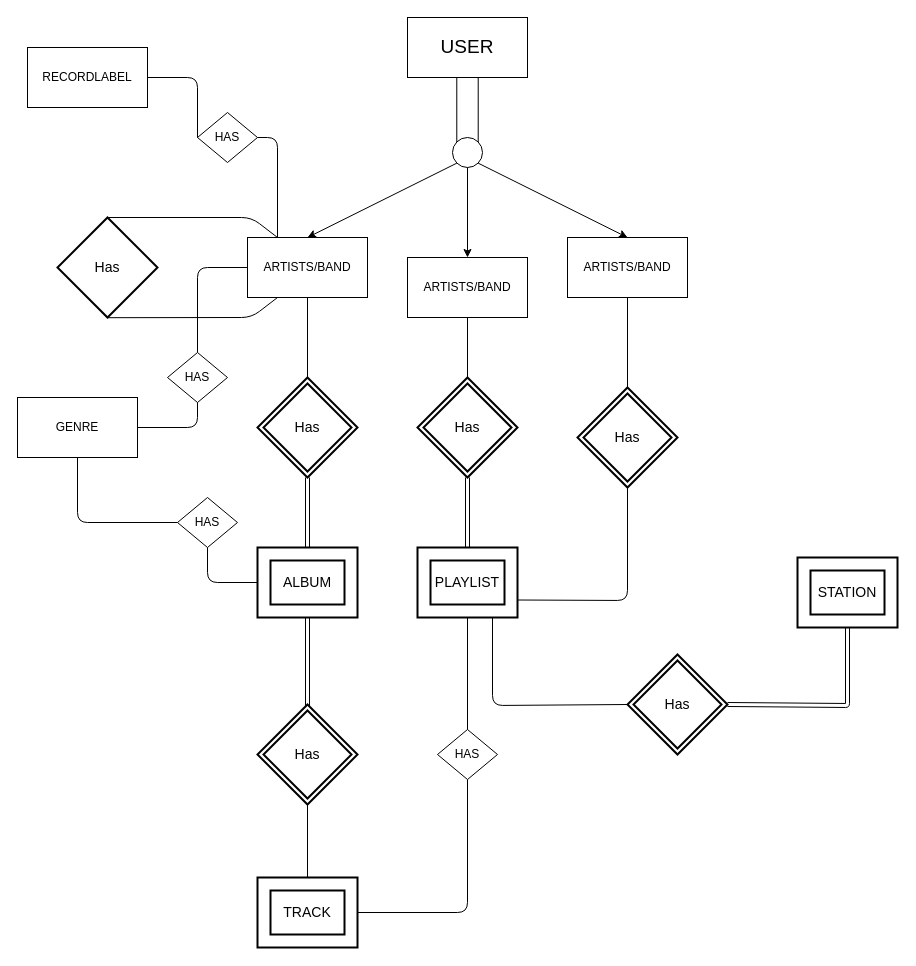
Arianshh/Music_Database keeps this draw.io diagram as Untitled Diagram.drawio. Above is the earlier version. Source tidied: cells renumbered, new cells numbered last; positions are measured from the earlier drawing's top-left corner, leaving out a move shared by most shapes. Both pictures are drawn from the tidied source at 100%, with x=0, y=0 at pixel (17, 17).
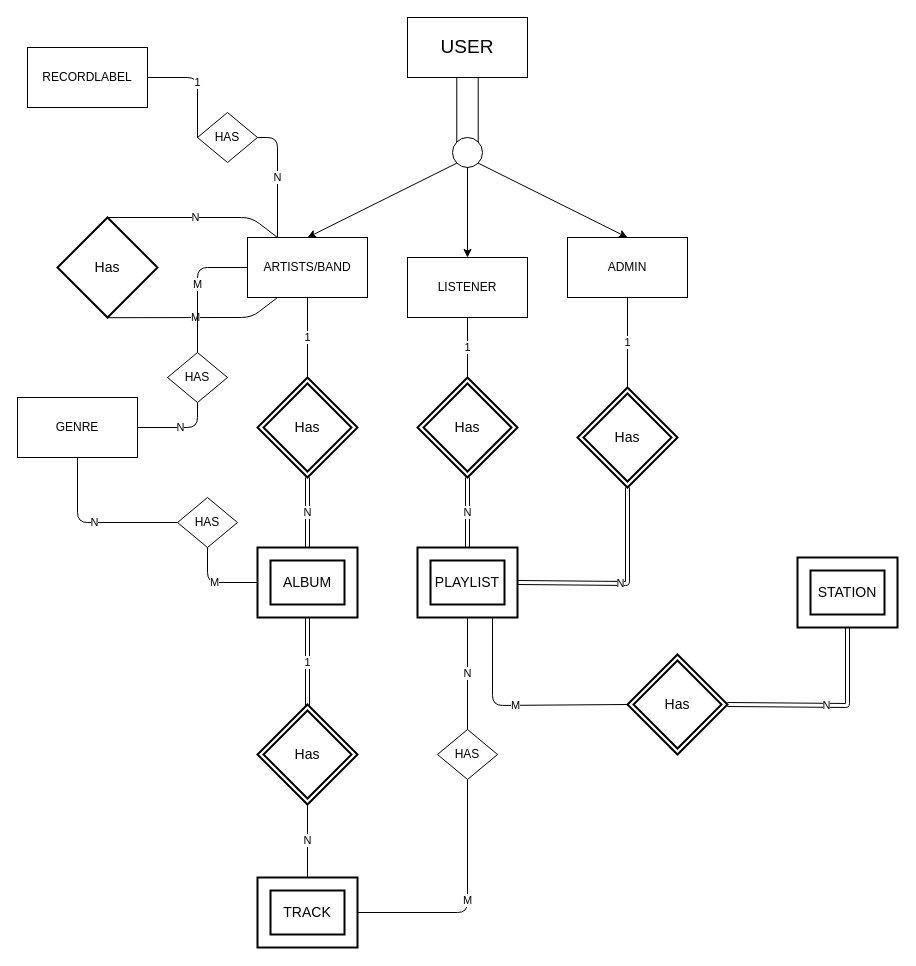
The same page after the edit.

Commit message:
Add Relation Types To Music-Project Diagram

Unchanged cells that the change refers to:
```xml
<mxCell id="8" value="ARTISTS/BAND" style="rounded=0;whiteSpace=wrap;html=1;" parent="1" vertex="1">
  <mxGeometry x="230" y="220" width="120" height="60" as="geometry" />
</mxCell>
<mxCell id="11" value="Has" style="shape=rhombus;strokeWidth=2;fontSize=17;perimeter=rhombusPerimeter;whiteSpace=wrap;html=1;align=center;fontSize=14;" parent="1" vertex="1">
  <mxGeometry x="40" y="200" width="100" height="100" as="geometry" />
</mxCell>
<mxCell id="15" value="Has" style="shape=rhombus;double=1;strokeWidth=2;fontSize=17;perimeter=rhombusPerimeter;whiteSpace=wrap;html=1;align=center;fontSize=14;" parent="1" vertex="1">
  <mxGeometry x="240" y="360" width="100" height="100" as="geometry" />
</mxCell>
<mxCell id="17" value="ALBUM" style="shape=ext;strokeWidth=2;margin=10;double=1;whiteSpace=wrap;html=1;align=center;fontSize=14;" parent="1" vertex="1">
  <mxGeometry x="240" y="530" width="100" height="70" as="geometry" />
</mxCell>
<mxCell id="19" value="Has" style="shape=rhombus;double=1;strokeWidth=2;fontSize=17;perimeter=rhombusPerimeter;whiteSpace=wrap;html=1;align=center;fontSize=14;" parent="1" vertex="1">
  <mxGeometry x="240" y="687" width="100" height="100" as="geometry" />
</mxCell>
<mxCell id="20" value="TRACK" style="shape=ext;strokeWidth=2;margin=10;double=1;whiteSpace=wrap;html=1;align=center;fontSize=14;" parent="1" vertex="1">
  <mxGeometry x="240" y="860" width="100" height="70" as="geometry" />
</mxCell>
<mxCell id="22" value="GENRE" style="rounded=0;whiteSpace=wrap;html=1;" parent="1" vertex="1">
  <mxGeometry y="380" width="120" height="60" as="geometry" />
</mxCell>
<mxCell id="23" value="HAS" style="rhombus;whiteSpace=wrap;html=1;" parent="1" vertex="1">
  <mxGeometry x="150" y="335" width="60" height="50" as="geometry" />
</mxCell>
<mxCell id="26" value="HAS" style="rhombus;whiteSpace=wrap;html=1;" parent="1" vertex="1">
  <mxGeometry x="160" y="480" width="60" height="50" as="geometry" />
</mxCell>
<mxCell id="29" value="RECORDLABEL" style="rounded=0;whiteSpace=wrap;html=1;" parent="1" vertex="1">
  <mxGeometry x="10" y="30" width="120" height="60" as="geometry" />
</mxCell>
<mxCell id="30" value="HAS" style="rhombus;whiteSpace=wrap;html=1;" parent="1" vertex="1">
  <mxGeometry x="180" y="95" width="60" height="50" as="geometry" />
</mxCell>
<mxCell id="33" value="PLAYLIST" style="shape=ext;strokeWidth=2;margin=10;double=1;whiteSpace=wrap;html=1;align=center;fontSize=14;" parent="1" vertex="1">
  <mxGeometry x="400" y="530" width="100" height="70" as="geometry" />
</mxCell>
<mxCell id="34" value="Has" style="shape=rhombus;double=1;strokeWidth=2;fontSize=17;perimeter=rhombusPerimeter;whiteSpace=wrap;html=1;align=center;fontSize=14;" parent="1" vertex="1">
  <mxGeometry x="400" y="360" width="100" height="100" as="geometry" />
</mxCell>
<mxCell id="37" value="HAS" style="rhombus;whiteSpace=wrap;html=1;" parent="1" vertex="1">
  <mxGeometry x="420" y="712" width="60" height="50" as="geometry" />
</mxCell>
<mxCell id="40" value="Has" style="shape=rhombus;double=1;strokeWidth=2;fontSize=17;perimeter=rhombusPerimeter;whiteSpace=wrap;html=1;align=center;fontSize=14;" parent="1" vertex="1">
  <mxGeometry x="560" y="370" width="100" height="100" as="geometry" />
</mxCell>
<mxCell id="43" value="Has" style="shape=rhombus;double=1;strokeWidth=2;fontSize=17;perimeter=rhombusPerimeter;whiteSpace=wrap;html=1;align=center;fontSize=14;" parent="1" vertex="1">
  <mxGeometry x="610" y="637" width="100" height="100" as="geometry" />
</mxCell>
<mxCell id="44" value="STATION" style="shape=ext;strokeWidth=2;margin=10;double=1;whiteSpace=wrap;html=1;align=center;fontSize=14;" parent="1" vertex="1">
  <mxGeometry x="780" y="540" width="100" height="70" as="geometry" />
</mxCell>
```

The edit, as a diff of the source:
```diff
@@
-    <mxCell id="9" value="ARTISTS/BAND" style="rounded=0;whiteSpace=wrap;html=1;" parent="1" vertex="1">
+    <mxCell id="9" value="LISTENER" style="rounded=0;whiteSpace=wrap;html=1;" parent="1" vertex="1">
       <mxGeometry x="390" y="240" width="120" height="60" as="geometry" />
     </mxCell>
-    <mxCell id="10" value="ARTISTS/BAND" style="rounded=0;whiteSpace=wrap;html=1;" parent="1" vertex="1">
+    <mxCell id="10" value="ADMIN" style="rounded=0;whiteSpace=wrap;html=1;" parent="1" vertex="1">
       <mxGeometry x="550" y="220" width="120" height="60" as="geometry" />
     </mxCell>
@@
-    <mxCell id="12" style="endArrow=none;html=1;exitX=0.5;exitY=0;exitDx=0;exitDy=0;entryX=0.25;entryY=0;entryDx=0;entryDy=0;" parent="1" edge="1" source="11" target="8">
+    <mxCell id="12" value="N" style="endArrow=none;html=1;exitX=0.5;exitY=0;exitDx=0;exitDy=0;entryX=0.25;entryY=0;entryDx=0;entryDy=0;" parent="1" edge="1" source="11" target="8">
       <mxGeometry relative="1" as="geometry">
         <Array as="points">
           <mxPoint x="234" y="200" />
         </Array>
       </mxGeometry>
     </mxCell>
-    <mxCell id="13" style="endArrow=none;html=1;exitX=0.5;exitY=0;exitDx=0;exitDy=0;entryX=0.25;entryY=1;entryDx=0;entryDy=0;" parent="1" edge="1" target="8">
+    <mxCell id="13" value="M" style="endArrow=none;html=1;exitX=0.5;exitY=0;exitDx=0;exitDy=0;entryX=0.25;entryY=1;entryDx=0;entryDy=0;" parent="1" edge="1" target="8">
       <mxGeometry relative="1" as="geometry">
         <mxPoint x="90.2" y="300.2" as="sourcePoint" />
         <Array as="points">
           <mxPoint x="234" y="300" />
         </Array>
       </mxGeometry>
     </mxCell>
-    <mxCell id="14" style="endArrow=none;html=1;entryX=0.5;entryY=1;entryDx=0;entryDy=0;" parent="1" edge="1" target="8">
+    <mxCell id="14" value="1" style="endArrow=none;html=1;entryX=0.5;entryY=1;entryDx=0;entryDy=0;" parent="1" edge="1" target="8">
       <mxGeometry relative="1" as="geometry">
         <mxPoint x="290" y="360" as="sourcePoint" />
       </mxGeometry>
     </mxCell>
@@
-    <mxCell id="16" style="shape=link;html=1;entryX=0.5;entryY=1;entryDx=0;entryDy=0;" parent="1" edge="1" target="15">
+    <mxCell id="16" value="N" style="shape=link;html=1;entryX=0.5;entryY=1;entryDx=0;entryDy=0;" parent="1" edge="1" target="15">
       <mxGeometry relative="1" as="geometry">
         <mxPoint x="290" y="530" as="sourcePoint" />
       </mxGeometry>
     </mxCell>
@@
-    <mxCell id="18" style="shape=link;html=1;entryX=0.5;entryY=1;entryDx=0;entryDy=0;" parent="1" edge="1" target="17">
+    <mxCell id="18" value="1" style="shape=link;html=1;entryX=0.5;entryY=1;entryDx=0;entryDy=0;" parent="1" edge="1" target="17">
       <mxGeometry relative="1" as="geometry">
         <mxPoint x="290" y="690" as="sourcePoint" />
       </mxGeometry>
     </mxCell>
@@
-    <mxCell id="21" style="endArrow=none;html=1;entryX=0.5;entryY=1;entryDx=0;entryDy=0;" parent="1" edge="1" source="20" target="19">
+    <mxCell id="21" value="N" style="endArrow=none;html=1;entryX=0.5;entryY=1;entryDx=0;entryDy=0;" parent="1" edge="1" source="20" target="19">
       <mxGeometry relative="1" as="geometry" />
     </mxCell>
@@
-    <mxCell id="24" style="endArrow=none;html=1;entryX=0;entryY=0.5;entryDx=0;entryDy=0;exitX=0.5;exitY=0;exitDx=0;exitDy=0;" parent="1" edge="1" source="23" target="8">
+    <mxCell id="24" value="M" style="endArrow=none;html=1;entryX=0;entryY=0.5;entryDx=0;entryDy=0;exitX=0.5;exitY=0;exitDx=0;exitDy=0;" parent="1" edge="1" source="23" target="8">
       <mxGeometry relative="1" as="geometry">
         <Array as="points">
           <mxPoint x="180" y="250" />
         </Array>
       </mxGeometry>
     </mxCell>
-    <mxCell id="25" style="endArrow=none;html=1;entryX=0.5;entryY=1;entryDx=0;entryDy=0;exitX=1;exitY=0.5;exitDx=0;exitDy=0;" parent="1" edge="1" source="22" target="23">
+    <mxCell id="25" value="N" style="endArrow=none;html=1;entryX=0.5;entryY=1;entryDx=0;entryDy=0;exitX=1;exitY=0.5;exitDx=0;exitDy=0;" parent="1" edge="1" source="22" target="23">
       <mxGeometry relative="1" as="geometry">
         <Array as="points">
           <mxPoint x="180" y="410" />
         </Array>
       </mxGeometry>
     </mxCell>
@@
-    <mxCell id="27" style="endArrow=none;html=1;entryX=0.5;entryY=1;entryDx=0;entryDy=0;exitX=0;exitY=0.5;exitDx=0;exitDy=0;" parent="1" edge="1" source="26" target="22">
+    <mxCell id="27" value="N" style="endArrow=none;html=1;entryX=0.5;entryY=1;entryDx=0;entryDy=0;exitX=0;exitY=0.5;exitDx=0;exitDy=0;" parent="1" edge="1" source="26" target="22">
       <mxGeometry relative="1" as="geometry">
         <Array as="points">
           <mxPoint x="60" y="505" />
         </Array>
       </mxGeometry>
     </mxCell>
-    <mxCell id="28" style="endArrow=none;html=1;entryX=0.5;entryY=1;entryDx=0;entryDy=0;exitX=0;exitY=0.5;exitDx=0;exitDy=0;" parent="1" edge="1" source="17" target="26">
+    <mxCell id="28" value="M" style="endArrow=none;html=1;entryX=0.5;entryY=1;entryDx=0;entryDy=0;exitX=0;exitY=0.5;exitDx=0;exitDy=0;" parent="1" edge="1" source="17" target="26">
       <mxGeometry relative="1" as="geometry">
         <Array as="points">
           <mxPoint x="190" y="565" />
         </Array>
       </mxGeometry>
     </mxCell>
@@
-    <mxCell id="31" style="endArrow=none;html=1;entryX=0;entryY=0.5;entryDx=0;entryDy=0;exitX=1;exitY=0.5;exitDx=0;exitDy=0;" parent="1" edge="1" source="29" target="30">
+    <mxCell id="31" value="1" style="endArrow=none;html=1;entryX=0;entryY=0.5;entryDx=0;entryDy=0;exitX=1;exitY=0.5;exitDx=0;exitDy=0;" parent="1" edge="1" source="29" target="30">
       <mxGeometry relative="1" as="geometry">
         <Array as="points">
           <mxPoint x="180" y="60" />
         </Array>
       </mxGeometry>
     </mxCell>
-    <mxCell id="32" style="endArrow=none;html=1;exitX=0.25;exitY=0;exitDx=0;exitDy=0;entryX=1;entryY=0.5;entryDx=0;entryDy=0;" parent="1" edge="1" source="8" target="30">
+    <mxCell id="32" value="N" style="endArrow=none;html=1;exitX=0.25;exitY=0;exitDx=0;exitDy=0;entryX=1;entryY=0.5;entryDx=0;entryDy=0;" parent="1" edge="1" source="8" target="30">
       <mxGeometry relative="1" as="geometry">
         <Array as="points">
           <mxPoint x="260" y="120" />
         </Array>
       </mxGeometry>
     </mxCell>
@@
-    <mxCell id="35" style="endArrow=none;html=1;entryX=0.5;entryY=1;entryDx=0;entryDy=0;exitX=0.5;exitY=0;exitDx=0;exitDy=0;" parent="1" edge="1" source="34" target="9">
+    <mxCell id="35" value="1" style="endArrow=none;html=1;entryX=0.5;entryY=1;entryDx=0;entryDy=0;exitX=0.5;exitY=0;exitDx=0;exitDy=0;" parent="1" edge="1" source="34" target="9">
       <mxGeometry relative="1" as="geometry" />
     </mxCell>
-    <mxCell id="36" style="shape=link;html=1;entryX=0.5;entryY=1;entryDx=0;entryDy=0;exitX=0.5;exitY=0;exitDx=0;exitDy=0;" parent="1" edge="1" source="33" target="34">
+    <mxCell id="36" value="N" style="shape=link;html=1;entryX=0.5;entryY=1;entryDx=0;entryDy=0;exitX=0.5;exitY=0;exitDx=0;exitDy=0;" parent="1" edge="1" source="33" target="34">
       <mxGeometry relative="1" as="geometry" />
     </mxCell>
@@
-    <mxCell id="38" style="endArrow=none;html=1;exitX=1;exitY=0.5;exitDx=0;exitDy=0;entryX=0.5;entryY=1;entryDx=0;entryDy=0;" parent="1" edge="1" source="20" target="37">
+    <mxCell id="38" value="M" style="endArrow=none;html=1;exitX=1;exitY=0.5;exitDx=0;exitDy=0;entryX=0.5;entryY=1;entryDx=0;entryDy=0;" parent="1" edge="1" source="20" target="37">
       <mxGeometry relative="1" as="geometry">
         <Array as="points">
           <mxPoint x="450" y="895" />
         </Array>
       </mxGeometry>
     </mxCell>
-    <mxCell id="39" style="endArrow=none;html=1;entryX=0.5;entryY=1;entryDx=0;entryDy=0;exitX=0.5;exitY=0;exitDx=0;exitDy=0;" parent="1" edge="1" source="37" target="33">
+    <mxCell id="39" value="N" style="endArrow=none;html=1;entryX=0.5;entryY=1;entryDx=0;entryDy=0;exitX=0.5;exitY=0;exitDx=0;exitDy=0;" parent="1" edge="1" source="37" target="33">
       <mxGeometry relative="1" as="geometry" />
     </mxCell>
@@
-    <mxCell id="41" style="endArrow=none;html=1;entryX=0.5;entryY=1;entryDx=0;entryDy=0;exitX=0.5;exitY=0;exitDx=0;exitDy=0;" parent="1" edge="1" source="40" target="10">
+    <mxCell id="41" value="1" style="endArrow=none;html=1;entryX=0.5;entryY=1;entryDx=0;entryDy=0;exitX=0.5;exitY=0;exitDx=0;exitDy=0;" parent="1" edge="1" source="40" target="10">
       <mxGeometry relative="1" as="geometry" />
     </mxCell>
-    <mxCell id="42" style="endArrow=none;html=1;exitX=1;exitY=0.75;exitDx=0;exitDy=0;entryX=0.5;entryY=1;entryDx=0;entryDy=0;" parent="1" edge="1" source="33" target="40">
-      <mxGeometry relative="1" as="geometry">
-        <Array as="points">
-          <mxPoint x="610" y="583" />
-        </Array>
-      </mxGeometry>
-    </mxCell>
@@
-    <mxCell id="45" style="endArrow=none;html=1;entryX=0.75;entryY=1;entryDx=0;entryDy=0;exitX=0;exitY=0.5;exitDx=0;exitDy=0;" parent="1" edge="1" source="43" target="33">
+    <mxCell id="45" value="M" style="endArrow=none;html=1;entryX=0.75;entryY=1;entryDx=0;entryDy=0;exitX=0;exitY=0.5;exitDx=0;exitDy=0;" parent="1" edge="1" source="43" target="33">
       <mxGeometry relative="1" as="geometry">
         <Array as="points">
           <mxPoint x="475" y="688" />
         </Array>
       </mxGeometry>
     </mxCell>
-    <mxCell id="46" style="shape=link;html=1;entryX=0.5;entryY=1;entryDx=0;entryDy=0;exitX=1;exitY=0.5;exitDx=0;exitDy=0;" parent="1" edge="1" source="43" target="44">
+    <mxCell id="46" value="N" style="shape=link;html=1;entryX=0.5;entryY=1;entryDx=0;entryDy=0;exitX=1;exitY=0.5;exitDx=0;exitDy=0;" parent="1" edge="1" source="43" target="44">
       <mxGeometry relative="1" as="geometry">
         <Array as="points">
           <mxPoint x="830" y="688" />
         </Array>
       </mxGeometry>
     </mxCell>
+    <mxCell id="42" value="N" style="shape=link;html=1;exitX=1;exitY=0.5;exitDx=0;exitDy=0;entryX=0.5;entryY=1;entryDx=0;entryDy=0;" parent="1" edge="1" source="33" target="40">
+      <mxGeometry relative="1" as="geometry">
+        <Array as="points">
+          <mxPoint x="610" y="566" />
+        </Array>
+      </mxGeometry>
+    </mxCell>
```
